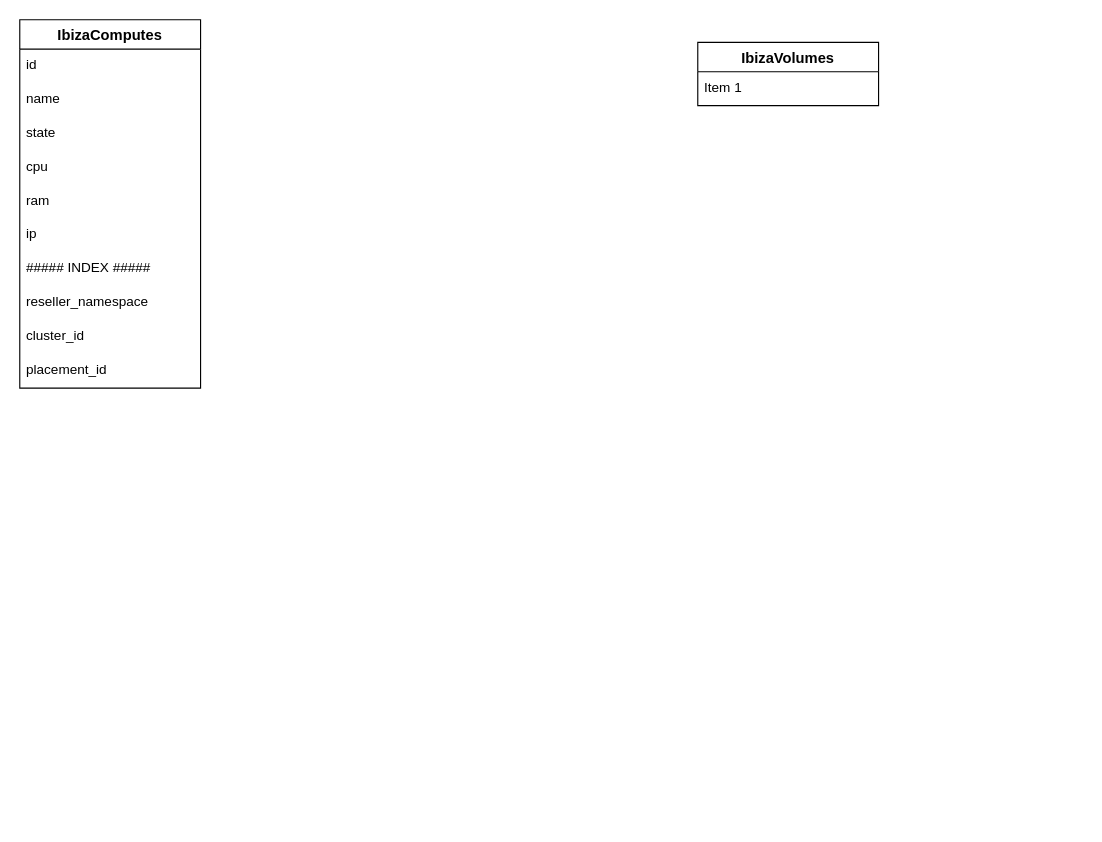
This is page "Note" (1 of 2) of TimescaleDB.drawio from vovanduc/vovanduc.github.io, a draw.io file, before an edit. Source tidied: cells renumbered, new cells numbered last; positions are measured from the earlier drawing's top-left corner, leaving out a move shared by most shapes. Both pictures are drawn from the tidied source at 113%, with x=0, y=0 at pixel (19, 19).
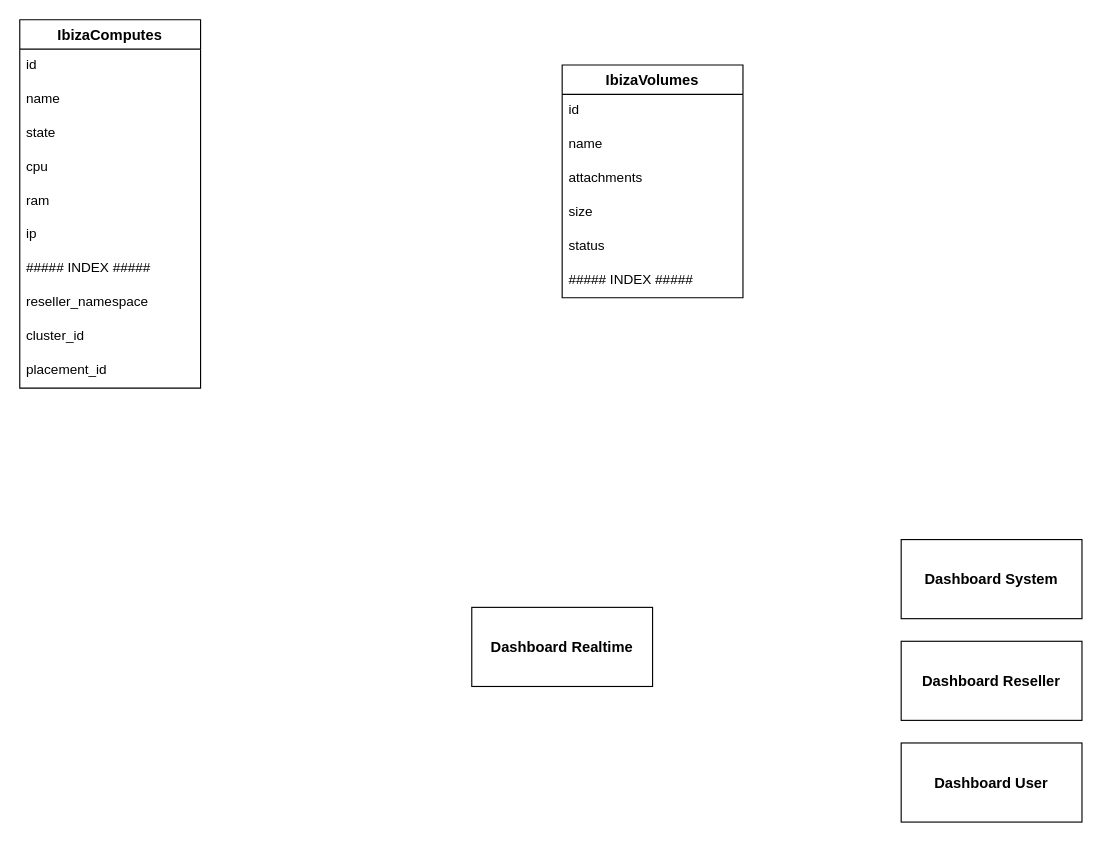
The same page after the edit.

Diff of the diagram source:
```diff
@@
     <mxCell id="2" value="IbizaVolumes" style="swimlane;fontStyle=1;horizontal=1;startSize=26;align=center;fontSize=13;" parent="1" vertex="1">
-      <mxGeometry x="600" y="20" width="160" height="56" as="geometry" />
+      <mxGeometry x="480" y="40" width="160" height="206" as="geometry" />
     </mxCell>
-    <mxCell id="3" value="Item 1" style="text;strokeColor=none;fillColor=none;spacingLeft=4;spacingRight=4;overflow=hidden;fontSize=12;" parent="2" vertex="1">
+    <mxCell id="3" value="id" style="text;strokeColor=none;fillColor=none;spacingLeft=4;spacingRight=4;overflow=hidden;fontSize=12;" parent="2" vertex="1">
       <mxGeometry y="26" width="160" height="30" as="geometry" />
     </mxCell>
+    <mxCell id="15" value="name" style="text;strokeColor=none;fillColor=none;spacingLeft=4;spacingRight=4;overflow=hidden;fontSize=12;" parent="2" vertex="1">
+      <mxGeometry y="56" width="160" height="30" as="geometry" />
+    </mxCell>
+    <mxCell id="16" value="attachments" style="text;strokeColor=none;fillColor=none;spacingLeft=4;spacingRight=4;overflow=hidden;fontSize=12;" parent="2" vertex="1">
+      <mxGeometry y="86" width="160" height="30" as="geometry" />
+    </mxCell>
+    <mxCell id="17" value="size" style="text;strokeColor=none;fillColor=none;spacingLeft=4;spacingRight=4;overflow=hidden;fontSize=12;" parent="2" vertex="1">
+      <mxGeometry y="116" width="160" height="30" as="geometry" />
+    </mxCell>
+    <mxCell id="18" value="status" style="text;strokeColor=none;fillColor=none;spacingLeft=4;spacingRight=4;overflow=hidden;fontSize=12;" parent="2" vertex="1">
+      <mxGeometry y="146" width="160" height="30" as="geometry" />
+    </mxCell>
+    <mxCell id="19" value="##### INDEX #####" style="text;strokeColor=none;fillColor=none;spacingLeft=4;spacingRight=4;overflow=hidden;fontSize=12;" parent="2" vertex="1">
+      <mxGeometry y="176" width="160" height="30" as="geometry" />
+    </mxCell>
@@
+    <mxCell id="20" value="&lt;font style=&quot;font-size: 13px&quot;&gt;&lt;b&gt;Dashboard Realtime&lt;/b&gt;&lt;/font&gt;" style="whiteSpace=wrap;html=1;align=center;newEdgeStyle={&quot;edgeStyle&quot;:&quot;elbowEdgeStyle&quot;,&quot;startArrow&quot;:&quot;none&quot;,&quot;endArrow&quot;:&quot;none&quot;};" parent="1" vertex="1">
+      <mxGeometry x="400" y="520" width="160" height="70" as="geometry" />
+    </mxCell>
+    <mxCell id="21" value="&lt;font style=&quot;font-size: 13px&quot;&gt;&lt;b&gt;Dashboard Reseller&lt;/b&gt;&lt;/font&gt;" style="whiteSpace=wrap;html=1;align=center;newEdgeStyle={&quot;edgeStyle&quot;:&quot;elbowEdgeStyle&quot;,&quot;startArrow&quot;:&quot;none&quot;,&quot;endArrow&quot;:&quot;none&quot;};" parent="1" vertex="1">
+      <mxGeometry x="780" y="550" width="160" height="70" as="geometry" />
+    </mxCell>
+    <mxCell id="22" value="&lt;font style=&quot;font-size: 13px&quot;&gt;&lt;b&gt;Dashboard User&lt;/b&gt;&lt;/font&gt;" style="whiteSpace=wrap;html=1;align=center;newEdgeStyle={&quot;edgeStyle&quot;:&quot;elbowEdgeStyle&quot;,&quot;startArrow&quot;:&quot;none&quot;,&quot;endArrow&quot;:&quot;none&quot;};" parent="1" vertex="1">
+      <mxGeometry x="780" y="640" width="160" height="70" as="geometry" />
+    </mxCell>
+    <mxCell id="23" value="&lt;font style=&quot;font-size: 13px&quot;&gt;&lt;b&gt;Dashboard System&lt;/b&gt;&lt;/font&gt;" style="whiteSpace=wrap;html=1;align=center;newEdgeStyle={&quot;edgeStyle&quot;:&quot;elbowEdgeStyle&quot;,&quot;startArrow&quot;:&quot;none&quot;,&quot;endArrow&quot;:&quot;none&quot;};" parent="1" vertex="1">
+      <mxGeometry x="780" y="460" width="160" height="70" as="geometry" />
+    </mxCell>
```
